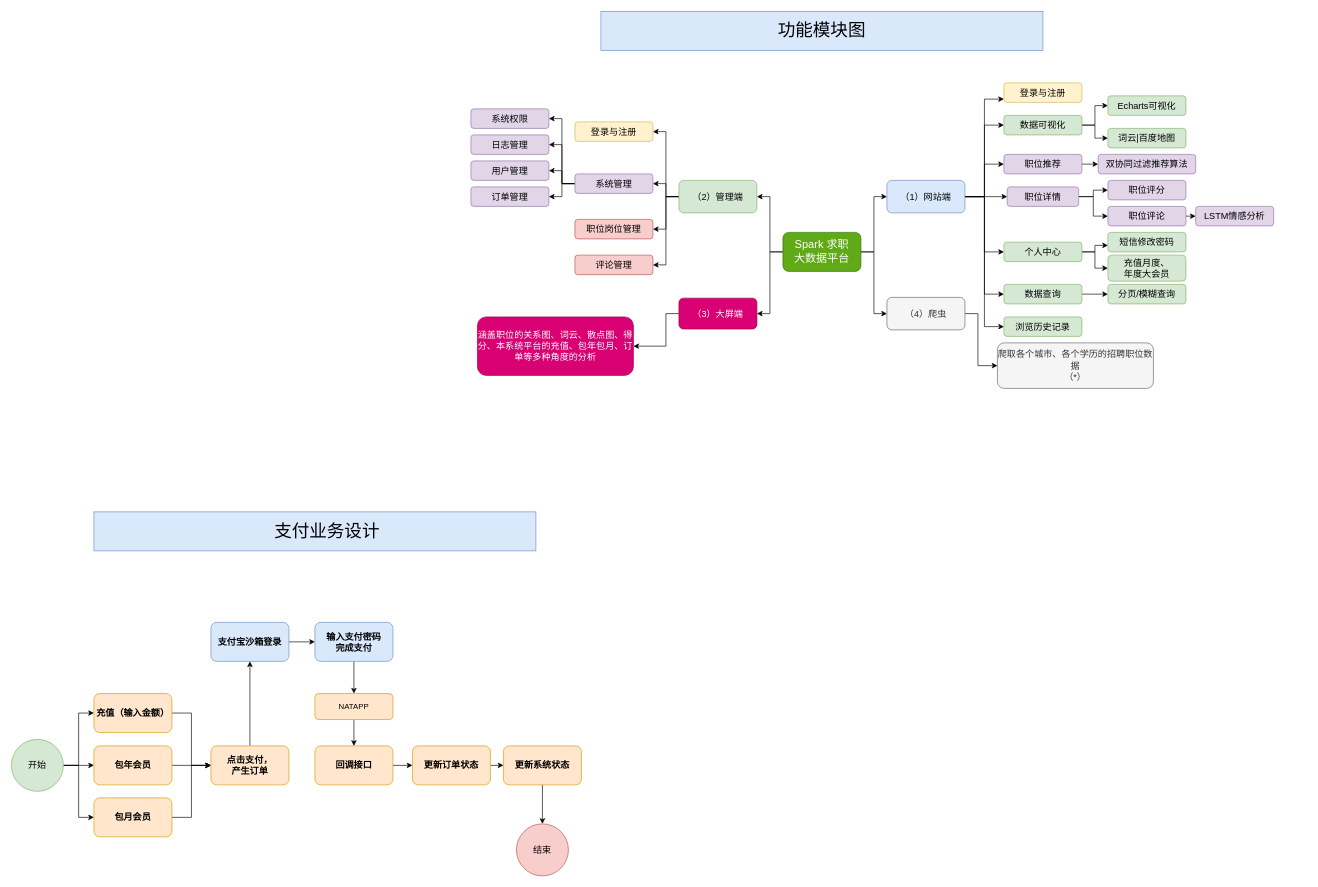
This is SPARK/03-Job.drawio from redcomet88/DRAW, a draw.io file, before an edit. Source tidied: cells renumbered, new cells numbered last; positions are measured from the earlier drawing's top-left corner, leaving out a move shared by most shapes. Both pictures are drawn from the tidied source at 65%, with x=0, y=0 at pixel (11, 11). Pictures stored in the file or linked from it are replaced by grey dashed boxes.
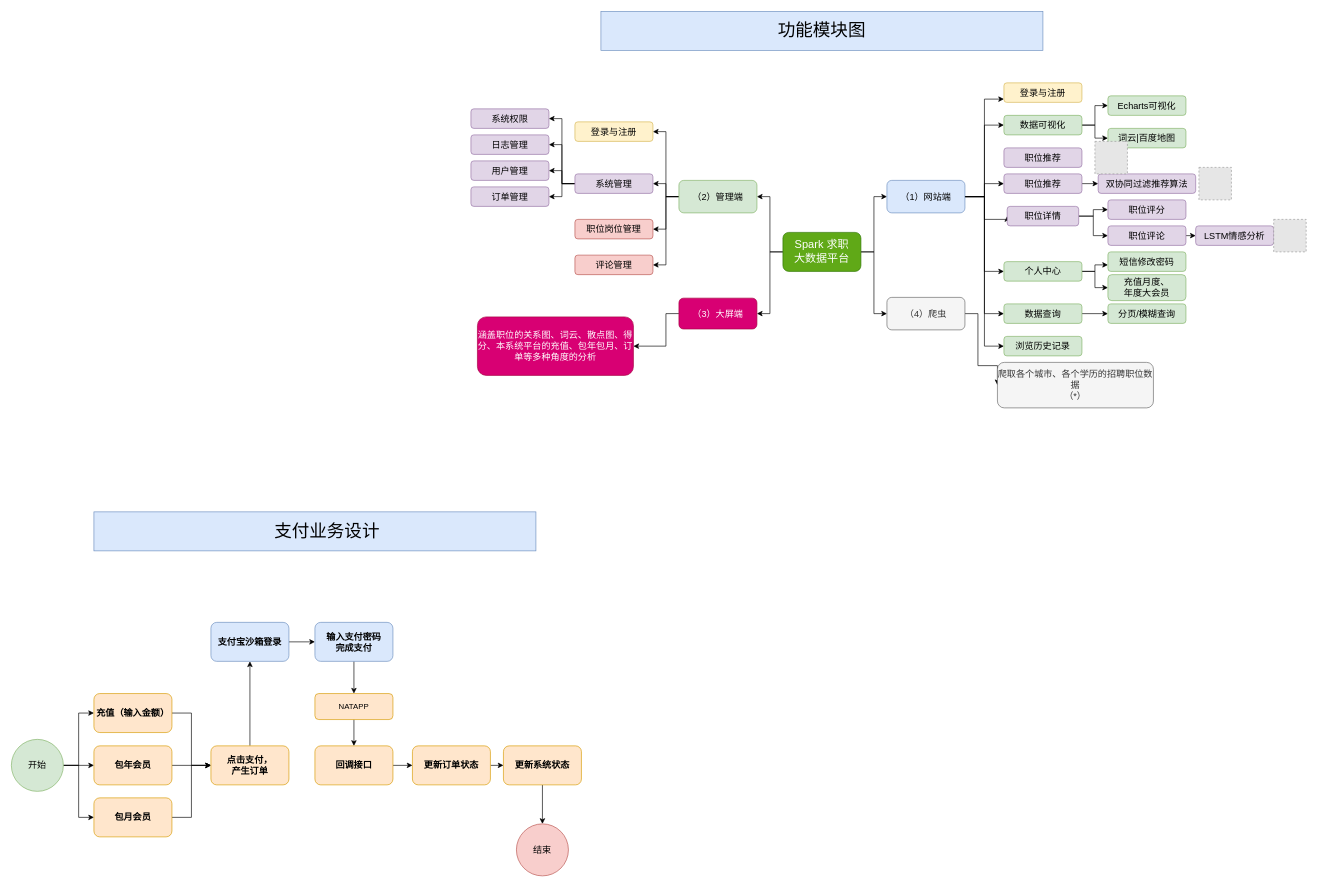
The same diagram, later.

Unchanged cells that the change refers to:
```xml
<mxCell id="9" value="（1）网站端" style="rounded=1;whiteSpace=wrap;html=1;fontSize=14;fillColor=#dae8fc;strokeColor=#6c8ebf;" parent="1" vertex="1">
  <mxGeometry x="1347" y="260" width="120" height="50" as="geometry" />
</mxCell>
```

What changed in the source:
```diff
@@
     <mxCell id="14" value="职位推荐" style="rounded=1;whiteSpace=wrap;html=1;fontSize=14;fillColor=#e1d5e7;strokeColor=#9673a6;" parent="1" vertex="1">
-      <mxGeometry x="1527" y="220" width="120" height="30" as="geometry" />
+      <mxGeometry x="1527" y="250" width="120" height="30" as="geometry" />
     </mxCell>
@@
     <mxCell id="16" value="数据查询" style="rounded=1;whiteSpace=wrap;html=1;fontSize=14;fillColor=#d5e8d4;strokeColor=#82b366;" parent="1" vertex="1">
-      <mxGeometry x="1527" y="420" width="120" height="30" as="geometry" />
+      <mxGeometry x="1527" y="450" width="120" height="30" as="geometry" />
     </mxCell>
     <mxCell id="17" value="浏览历史记录" style="rounded=1;whiteSpace=wrap;html=1;fontSize=14;fillColor=#d5e8d4;strokeColor=#82b366;" parent="1" vertex="1">
-      <mxGeometry x="1527" y="470" width="120" height="30" as="geometry" />
+      <mxGeometry x="1527" y="500" width="120" height="30" as="geometry" />
     </mxCell>
@@
     <mxCell id="21" value="分页/模糊查询" style="rounded=1;whiteSpace=wrap;html=1;fontSize=14;fillColor=#d5e8d4;strokeColor=#82b366;" parent="1" vertex="1">
-      <mxGeometry x="1687" y="420" width="120" height="30" as="geometry" />
+      <mxGeometry x="1687" y="450" width="120" height="30" as="geometry" />
     </mxCell>
     <mxCell id="22" style="edgeStyle=orthogonalEdgeStyle;rounded=0;jettySize=auto;html=1;exitX=1;exitY=0.5;exitDx=0;exitDy=0;entryX=0;entryY=0.5;entryDx=0;entryDy=0;" parent="1" edge="1" source="9" target="86">
-      <mxGeometry relative="1" as="geometry" />
+      <mxGeometry relative="1" as="geometry">
+        <Array as="points">
+          <mxPoint x="1497" y="285" />
+          <mxPoint x="1497" y="320" />
+          <mxPoint x="1532" y="320" />
+        </Array>
+      </mxGeometry>
     </mxCell>
     <mxCell id="23" value="双协同过滤推荐算法" style="rounded=1;whiteSpace=wrap;html=1;fontSize=14;fillColor=#e1d5e7;strokeColor=#9673a6;" parent="1" vertex="1">
-      <mxGeometry x="1672" y="220" width="150" height="30" as="geometry" />
+      <mxGeometry x="1672" y="250" width="150" height="30" as="geometry" />
     </mxCell>
@@
     <mxCell id="26" style="edgeStyle=orthogonalEdgeStyle;rounded=0;jettySize=auto;html=1;exitX=1;exitY=0.5;exitDx=0;exitDy=0;" parent="1" edge="1" source="28">
       <mxGeometry relative="1" as="geometry">
-        <mxPoint x="1687" y="360" as="targetPoint" />
+        <mxPoint x="1687" y="390" as="targetPoint" />
         <Array as="points">
-          <mxPoint x="1667" y="370" />
-          <mxPoint x="1667" y="360" />
+          <mxPoint x="1667" y="400" />
+          <mxPoint x="1667" y="390" />
         </Array>
       </mxGeometry>
     </mxCell>
@@
     <mxCell id="28" value="个人中心" style="rounded=1;whiteSpace=wrap;html=1;fontSize=14;fillColor=#d5e8d4;strokeColor=#82b366;" parent="1" vertex="1">
-      <mxGeometry x="1527" y="355" width="120" height="30" as="geometry" />
+      <mxGeometry x="1527" y="385" width="120" height="30" as="geometry" />
     </mxCell>
@@
     <mxCell id="54" value="爬取各个城市、各个学历的招聘职位数据&lt;br&gt;（*）" style="rounded=1;whiteSpace=wrap;html=1;fontSize=14;fillColor=#f5f5f5;strokeColor=#666666;fontColor=#333333;" parent="1" vertex="1">
-      <mxGeometry x="1517" y="510" width="240" height="70" as="geometry" />
+      <mxGeometry x="1517" y="540" width="240" height="70" as="geometry" />
     </mxCell>
@@
     <mxCell id="81" value="短信修改密码" style="rounded=1;whiteSpace=wrap;html=1;fontSize=14;fillColor=#d5e8d4;strokeColor=#82b366;" parent="1" vertex="1">
-      <mxGeometry x="1687" y="340" width="120" height="30" as="geometry" />
+      <mxGeometry x="1687" y="370" width="120" height="30" as="geometry" />
     </mxCell>
     <mxCell id="82" value="充值月度、&lt;br&gt;年度大会员" style="rounded=1;whiteSpace=wrap;html=1;fontSize=14;fillColor=#d5e8d4;strokeColor=#82b366;" parent="1" vertex="1">
-      <mxGeometry x="1687" y="375" width="120" height="40" as="geometry" />
+      <mxGeometry x="1687" y="405" width="120" height="40" as="geometry" />
     </mxCell>
@@
     <mxCell id="86" value="职位详情" style="rounded=1;whiteSpace=wrap;html=1;fontSize=14;fillColor=#e1d5e7;strokeColor=#9673a6;" parent="1" vertex="1">
-      <mxGeometry x="1532" y="270" width="110" height="30" as="geometry" />
+      <mxGeometry x="1532" y="300" width="110" height="30" as="geometry" />
     </mxCell>
     <mxCell id="87" value="职位评分" style="rounded=1;whiteSpace=wrap;html=1;fontSize=14;fillColor=#e1d5e7;strokeColor=#9673a6;" parent="1" vertex="1">
-      <mxGeometry x="1687" y="260" width="120" height="30" as="geometry" />
+      <mxGeometry x="1687" y="290" width="120" height="30" as="geometry" />
     </mxCell>
@@
     <mxCell id="89" value="职位评论" style="rounded=1;whiteSpace=wrap;html=1;fontSize=14;fillColor=#e1d5e7;strokeColor=#9673a6;" parent="1" vertex="1">
-      <mxGeometry x="1687" y="300" width="120" height="30" as="geometry" />
+      <mxGeometry x="1687" y="330" width="120" height="30" as="geometry" />
     </mxCell>
     <mxCell id="90" value="LSTM情感分析" style="rounded=1;whiteSpace=wrap;html=1;fontSize=14;fillColor=#e1d5e7;strokeColor=#9673a6;" parent="1" vertex="1">
-      <mxGeometry x="1822" y="300" width="120" height="30" as="geometry" />
+      <mxGeometry x="1822" y="330" width="120" height="30" as="geometry" />
     </mxCell>
+    <mxCell id="91" style="fillColor=#E6E6E6;strokeColor=#999999;dashed=1;verticalLabelPosition=bottom;labelBackgroundColor=default;verticalAlign=top;" parent="1" vertex="1">
+      <mxGeometry x="1667" y="200" width="50" height="50" as="geometry" />
+    </mxCell>
+    <mxCell id="92" style="fillColor=#E6E6E6;strokeColor=#999999;dashed=1;verticalLabelPosition=bottom;labelBackgroundColor=default;verticalAlign=top;" parent="1" vertex="1">
+      <mxGeometry x="1827" y="240" width="50" height="50" as="geometry" />
+    </mxCell>
+    <mxCell id="93" style="fillColor=#E6E6E6;strokeColor=#999999;dashed=1;verticalLabelPosition=bottom;labelBackgroundColor=default;verticalAlign=top;" parent="1" vertex="1">
+      <mxGeometry x="1942" y="320" width="50" height="50" as="geometry" />
+    </mxCell>
+    <mxCell id="94" value="职位推荐" style="rounded=1;whiteSpace=wrap;html=1;fontSize=14;fillColor=#e1d5e7;strokeColor=#9673a6;" parent="1" vertex="1">
+      <mxGeometry x="1527" y="210" width="120" height="30" as="geometry" />
+    </mxCell>
```
